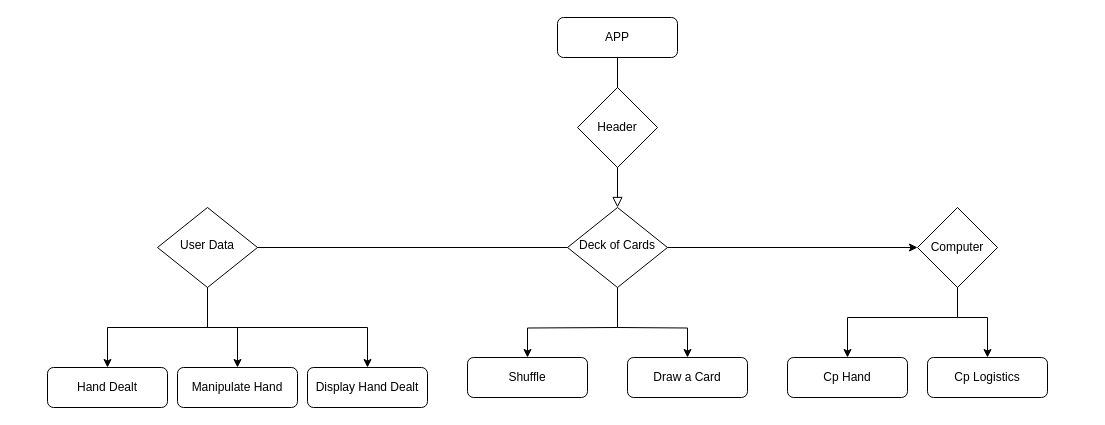
This is Untitled Diagram.drawio from djmcgrath/Go-Fish, a draw.io file, before an edit. Source tidied: cells renumbered, new cells numbered last; positions are measured from the earlier drawing's top-left corner, leaving out a move shared by most shapes. Both pictures are drawn from the tidied source at 100%, with x=0, y=0 at pixel (47, 17).
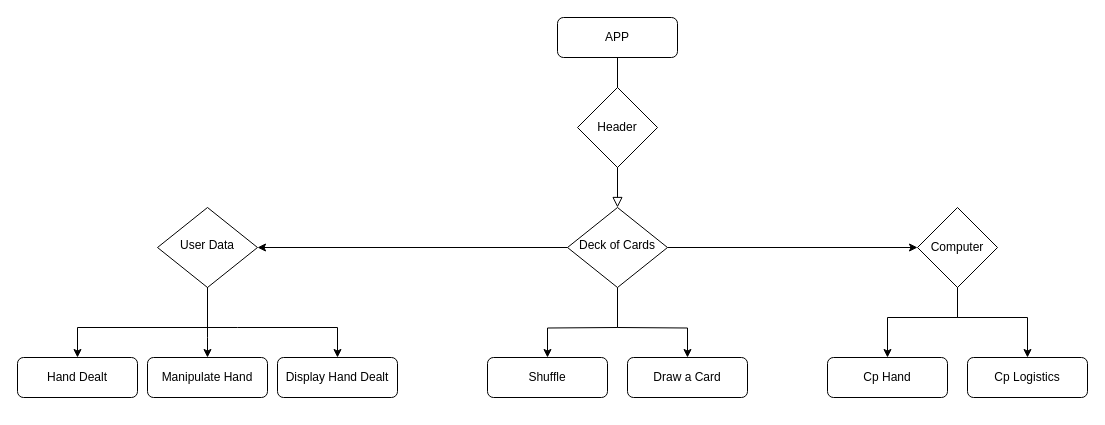
The same page after the edit.

Commit message:
Final Go fish Diagram project 2

Unchanged cells that the change refers to:
```xml
<mxCell id="7" value="Deck of Cards" style="rhombus;whiteSpace=wrap;html=1;shadow=0;fontFamily=Helvetica;fontSize=12;align=center;strokeWidth=1;spacing=6;spacingTop=-4;" parent="1" vertex="1">
  <mxGeometry x="520" y="190" width="100" height="80" as="geometry" />
</mxCell>
<mxCell id="9" value="User Data" style="rhombus;whiteSpace=wrap;html=1;shadow=0;fontFamily=Helvetica;fontSize=12;align=center;strokeWidth=1;spacing=6;spacingTop=-4;" parent="1" vertex="1">
  <mxGeometry x="110" y="190" width="100" height="80" as="geometry" />
</mxCell>
<mxCell id="13" value="Computer" style="rhombus;whiteSpace=wrap;html=1;" parent="1" vertex="1">
  <mxGeometry x="870" y="190" width="80" height="80" as="geometry" />
</mxCell>
```

The edit, as a diff of the source:
```diff
@@
-    <mxCell id="8" style="edgeStyle=orthogonalEdgeStyle;rounded=0;jettySize=auto;html=1;" parent="1" edge="1" source="9" target="10">
-      <mxGeometry relative="1" as="geometry" />
-    </mxCell>
@@
     <mxCell id="10" value="Hand Dealt" style="rounded=1;whiteSpace=wrap;html=1;fontSize=12;glass=0;strokeWidth=1;shadow=0;" parent="1" vertex="1">
-      <mxGeometry y="350" width="120" height="40" as="geometry" />
+      <mxGeometry x="-30" y="340" width="120" height="40" as="geometry" />
     </mxCell>
     <mxCell id="11" value="Shuffle" style="rounded=1;whiteSpace=wrap;html=1;fontSize=12;glass=0;strokeWidth=1;shadow=0;" parent="1" vertex="1">
-      <mxGeometry x="420" y="340" width="120" height="40" as="geometry" />
+      <mxGeometry x="440" y="340" width="120" height="40" as="geometry" />
     </mxCell>
-    <mxCell id="12" style="endArrow=none;html=1;rounded=0;exitX=1;exitY=0.5;exitDx=0;exitDy=0;" parent="1" edge="1" source="9">
-      <mxGeometry relative="1" as="geometry">
-        <mxPoint x="520" y="230" as="targetPoint" />
-      </mxGeometry>
-    </mxCell>
@@
     <mxCell id="17" style="edgeStyle=orthogonalEdgeStyle;rounded=0;jettySize=auto;html=1;exitX=0.5;exitY=1;exitDx=0;exitDy=0;entryX=0.5;entryY=0;entryDx=0;entryDy=0;" parent="1" edge="1" source="9" target="19">
-      <mxGeometry relative="1" as="geometry" />
+      <mxGeometry relative="1" as="geometry">
+        <Array as="points">
+          <mxPoint x="160" y="320" />
+          <mxPoint x="160" y="320" />
+        </Array>
+      </mxGeometry>
     </mxCell>
     <mxCell id="18" value="Display Hand Dealt" style="rounded=1;whiteSpace=wrap;html=1;fontSize=12;glass=0;strokeWidth=1;shadow=0;" parent="1" vertex="1">
-      <mxGeometry x="260" y="350" width="120" height="40" as="geometry" />
+      <mxGeometry x="230" y="340" width="120" height="40" as="geometry" />
     </mxCell>
     <mxCell id="19" value="Manipulate Hand" style="rounded=1;whiteSpace=wrap;html=1;fontSize=12;glass=0;strokeWidth=1;shadow=0;" parent="1" vertex="1">
-      <mxGeometry x="130" y="350" width="120" height="40" as="geometry" />
+      <mxGeometry x="100" y="340" width="120" height="40" as="geometry" />
     </mxCell>
     <mxCell id="20" style="endArrow=classic;html=1;rounded=0;entryX=0.5;entryY=0;entryDx=0;entryDy=0;" parent="1" edge="1" target="18">
       <mxGeometry relative="1" as="geometry">
         <mxPoint x="160" y="270" as="sourcePoint" />
         <Array as="points">
           <mxPoint x="160" y="310" />
           <mxPoint x="190" y="310" />
-          <mxPoint x="320" y="310" />
+          <mxPoint x="290" y="310" />
         </Array>
       </mxGeometry>
     </mxCell>
     <mxCell id="21" value="Cp Hand" style="rounded=1;whiteSpace=wrap;html=1;" parent="1" vertex="1">
-      <mxGeometry x="740" y="340" width="120" height="40" as="geometry" />
+      <mxGeometry x="780" y="340" width="120" height="40" as="geometry" />
     </mxCell>
     <mxCell id="22" style="endArrow=classic;html=1;rounded=0;exitX=0.5;exitY=1;exitDx=0;exitDy=0;entryX=0.5;entryY=0;entryDx=0;entryDy=0;" parent="1" edge="1" source="13" target="21">
       <mxGeometry relative="1" as="geometry">
         <Array as="points">
           <mxPoint x="910" y="300" />
-          <mxPoint x="800" y="300" />
+          <mxPoint x="840" y="300" />
         </Array>
       </mxGeometry>
     </mxCell>
     <mxCell id="23" value="Cp Logistics" style="rounded=1;whiteSpace=wrap;html=1;" parent="1" vertex="1">
-      <mxGeometry x="880" y="340" width="120" height="40" as="geometry" />
+      <mxGeometry x="920" y="340" width="120" height="40" as="geometry" />
     </mxCell>
     <mxCell id="24" style="endArrow=classic;html=1;rounded=0;entryX=0.5;entryY=0;entryDx=0;entryDy=0;" parent="1" edge="1" target="23">
       <mxGeometry relative="1" as="geometry">
         <mxPoint x="910" y="270" as="sourcePoint" />
         <Array as="points">
           <mxPoint x="910" y="300" />
-          <mxPoint x="940" y="300" />
+          <mxPoint x="980" y="300" />
         </Array>
       </mxGeometry>
     </mxCell>
+    <mxCell id="25" style="endArrow=classic;html=1;rounded=0;exitX=0;exitY=0.5;exitDx=0;exitDy=0;entryX=1;entryY=0.5;entryDx=0;entryDy=0;" parent="1" edge="1" source="7" target="9">
+      <mxGeometry relative="1" as="geometry" />
+    </mxCell>
+    <mxCell id="8" style="endArrow=classic;html=1;rounded=0;exitX=0.5;exitY=1;exitDx=0;exitDy=0;entryX=0.5;entryY=0;entryDx=0;entryDy=0;" parent="1" edge="1" source="9" target="10">
+      <mxGeometry relative="1" as="geometry">
+        <Array as="points">
+          <mxPoint x="160" y="310" />
+          <mxPoint x="30" y="310" />
+        </Array>
+      </mxGeometry>
+    </mxCell>
```
